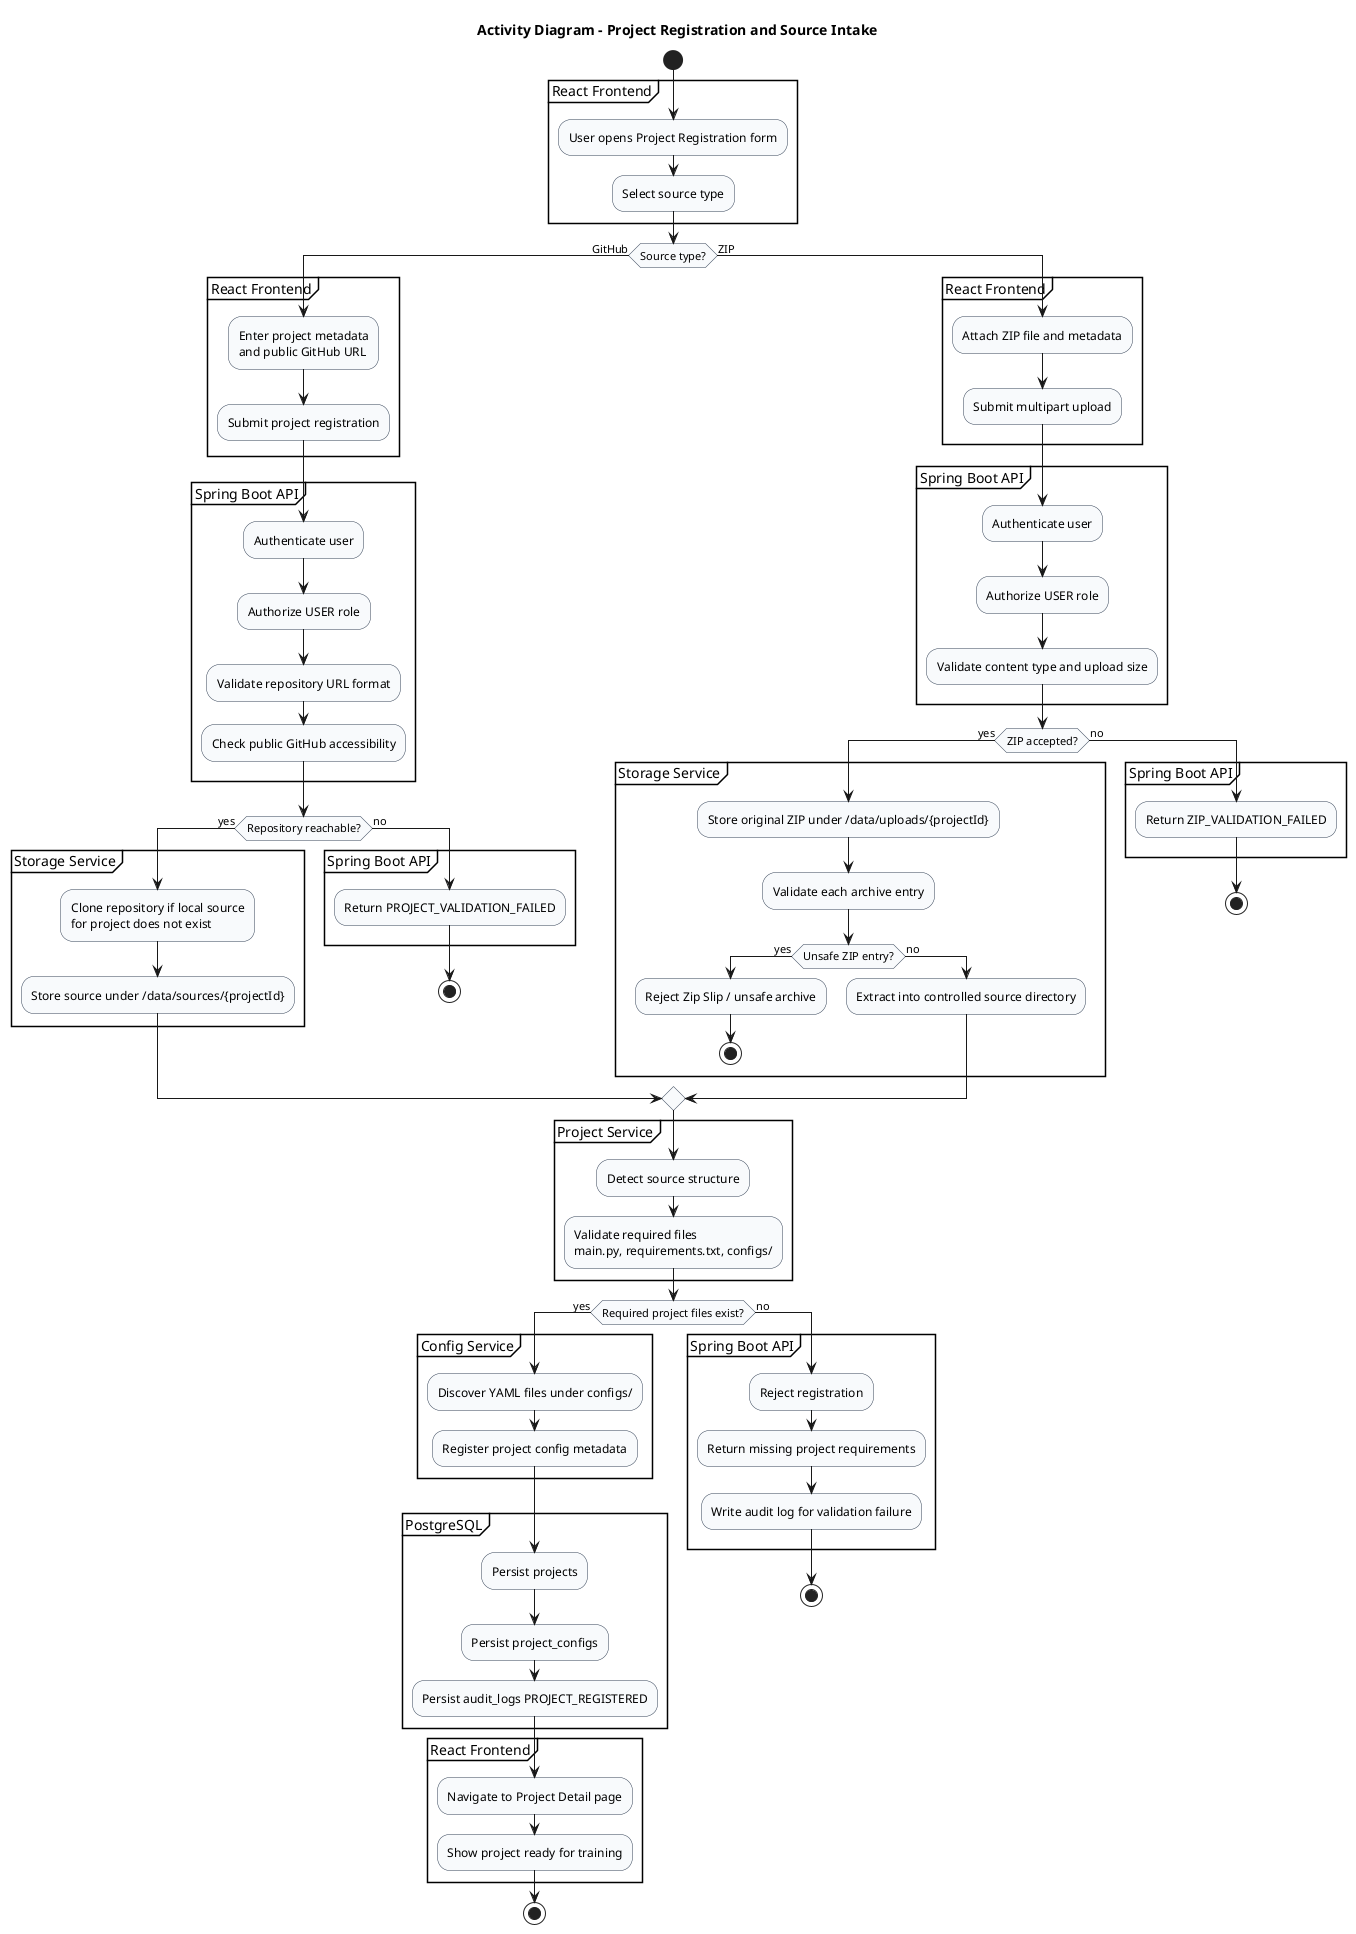
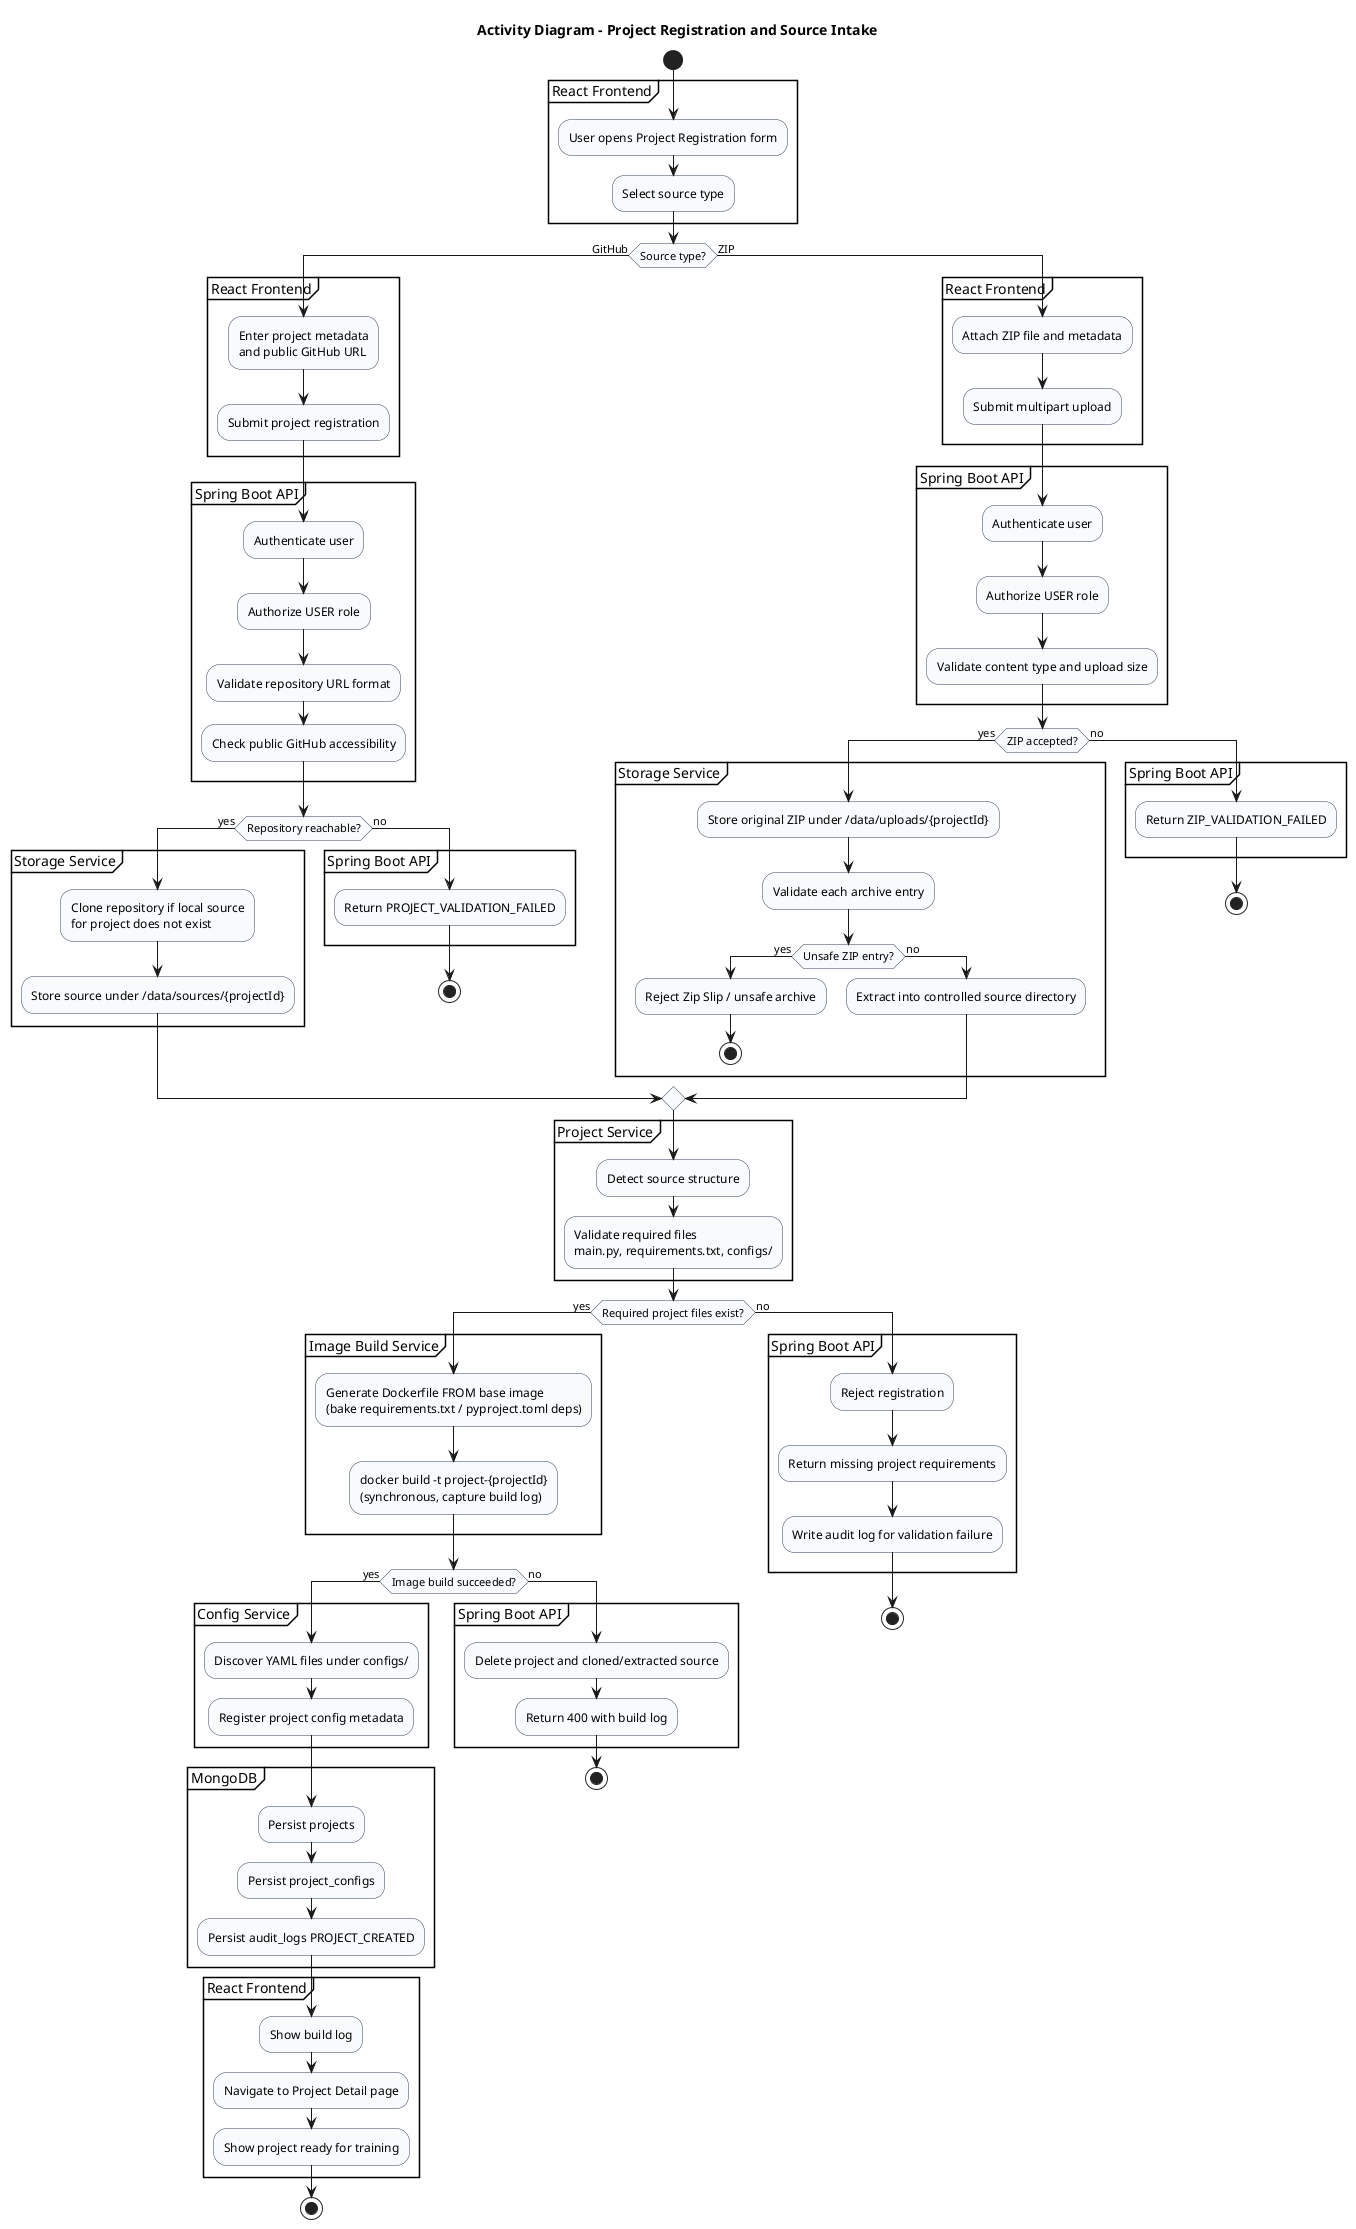
@startuml project_registration_activity
title Activity Diagram - Project Registration and Source Intake

skinparam shadowing false
skinparam activity {
  BackgroundColor #F8FAFC
  BorderColor #334155
}

start

partition "React Frontend" {
  :User opens Project Registration form;
  :Select source type;
}

if (Source type?) then (GitHub)
  partition "React Frontend" {
    :Enter project metadata\nand public GitHub URL;
    :Submit project registration;
  }

  partition "Spring Boot API" {
    :Authenticate user;
    :Authorize USER role;
    :Validate repository URL format;
    :Check public GitHub accessibility;
  }

  if (Repository reachable?) then (yes)
    partition "Storage Service" {
      :Clone repository if local source\nfor project does not exist;
      :Store source under /data/sources/{projectId};
    }
  else (no)
    partition "Spring Boot API" {
      :Return PROJECT_VALIDATION_FAILED;
    }
    stop
  endif

else (ZIP)
  partition "React Frontend" {
    :Attach ZIP file and metadata;
    :Submit multipart upload;
  }

  partition "Spring Boot API" {
    :Authenticate user;
    :Authorize USER role;
    :Validate content type and upload size;
  }

  if (ZIP accepted?) then (yes)
    partition "Storage Service" {
      :Store original ZIP under /data/uploads/{projectId};
      :Validate each archive entry;
      if (Unsafe ZIP entry?) then (yes)
        :Reject Zip Slip / unsafe archive;
        stop
      else (no)
        :Extract into controlled source directory;
      endif
    }
  else (no)
    partition "Spring Boot API" {
      :Return ZIP_VALIDATION_FAILED;
    }
    stop
  endif
endif

partition "Project Service" {
  :Detect source structure;
  :Validate required files\nmain.py, requirements.txt, configs/;
}

if (Required project files exist?) then (yes)
-   partition "Config Service" {
-     :Discover YAML files under configs/;
-     :Register project config metadata;
+   partition "Image Build Service" {
+     :Generate Dockerfile FROM base image\n(bake requirements.txt / pyproject.toml deps);
+     :docker build -t project-{projectId}\n(synchronous, capture build log);
  }

-   partition "PostgreSQL" {
-     :Persist projects;
-     :Persist project_configs;
-     :Persist audit_logs PROJECT_REGISTERED;
-   }
+   if (Image build succeeded?) then (yes)
+     partition "Config Service" {
+       :Discover YAML files under configs/;
+       :Register project config metadata;
+     }

-   partition "React Frontend" {
-     :Navigate to Project Detail page;
-     :Show project ready for training;
-   }
-   stop
+     partition "MongoDB" {
+       :Persist projects;
+       :Persist project_configs;
+       :Persist audit_logs PROJECT_CREATED;
+     }
+ 
+     partition "React Frontend" {
+       :Show build log;
+       :Navigate to Project Detail page;
+       :Show project ready for training;
+     }
+     stop
+   else (no)
+     partition "Spring Boot API" {
+       :Delete project and cloned/extracted source;
+       :Return 400 with build log;
+     }
+     stop
+   endif
else (no)
  partition "Spring Boot API" {
    :Reject registration;
    :Return missing project requirements;
    :Write audit log for validation failure;
  }
  stop
endif

@enduml
